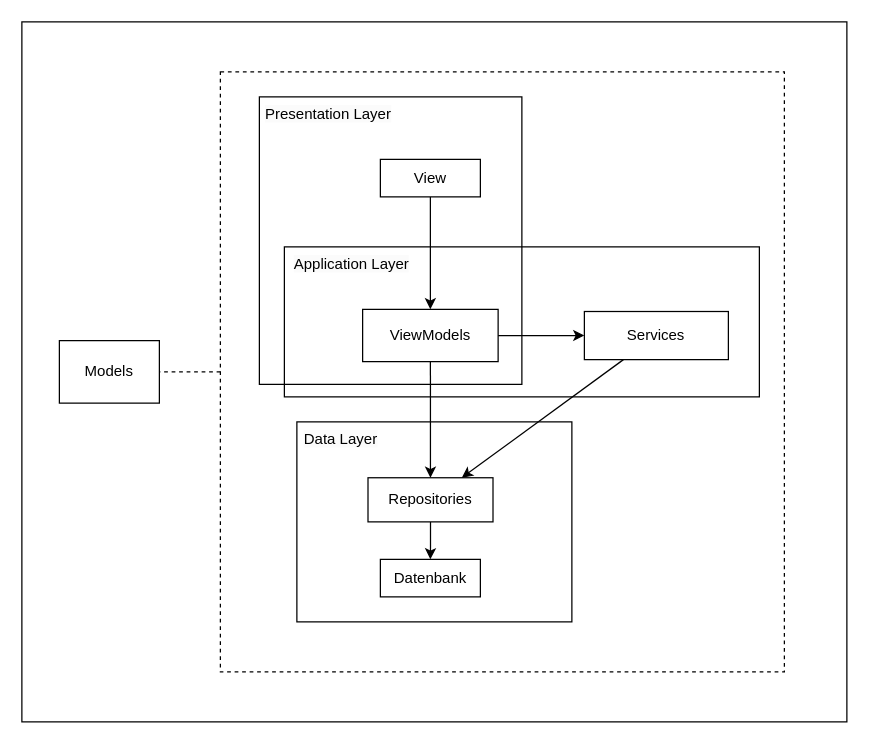
The draw.io diagram page "SoftwareArchitektur" (2 of 2) of 4_Entwurf/4_UML/4_UML_Klassendiagramme/Klassendiagramm_Feinentwurf.drawio in annikalenneper/praxisprojekt_mi_bachelor_SoSe24, before the edit. Source tidied: cells renumbered, new cells numbered last; positions are measured from the earlier drawing's top-left corner, leaving out a move shared by most shapes. Both pictures are drawn from the tidied source at 125%, with x=0, y=0 at pixel (21, 21).
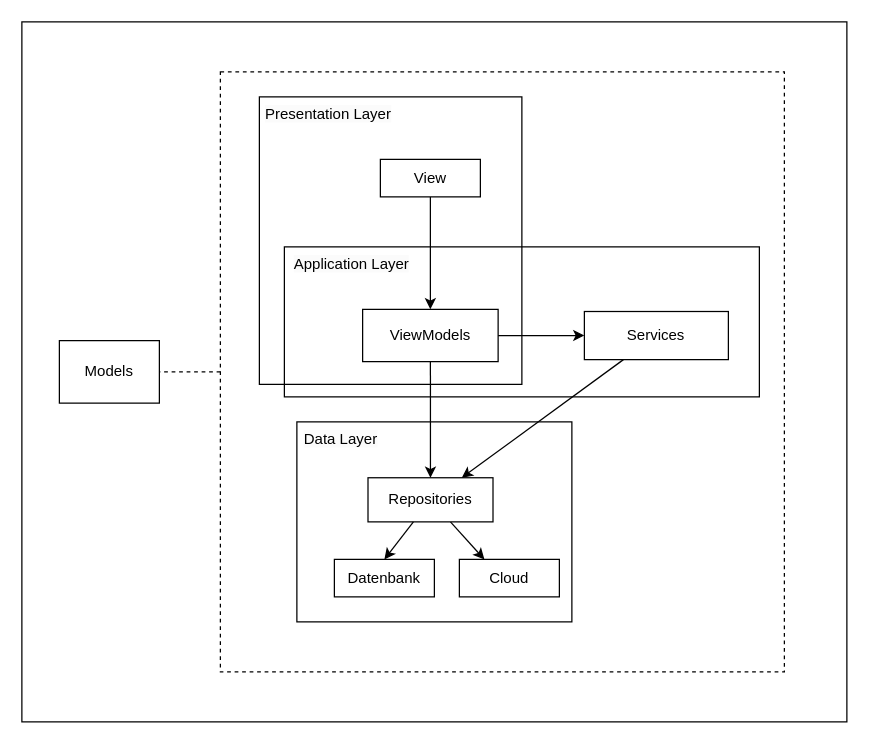
After the change.

Unchanged cells that the change refers to:
```xml
<mxCell id="16" style="group;" parent="2" vertex="1">
  <mxGeometry x="220" y="320" width="260" height="190" as="geometry" />
</mxCell>
<mxCell id="19" value="Repositories" style="whiteSpace=wrap;html=1;" parent="16" vertex="1">
  <mxGeometry x="56.9" y="44.7" width="100" height="35.3" as="geometry" />
</mxCell>
```

Change to the diagram source:
```diff
@@
+    <mxCell id="26" style="rounded=0;jettySize=auto;html=1;entryX=0.25;entryY=0;entryDx=0;entryDy=0;" parent="16" edge="1" source="19" target="27">
+      <mxGeometry relative="1" as="geometry" />
+    </mxCell>
@@
     <mxCell id="20" value="Datenbank" style="whiteSpace=wrap;html=1;" parent="16" vertex="1">
-      <mxGeometry x="66.8" y="110" width="80" height="30" as="geometry" />
+      <mxGeometry x="30" y="110" width="80" height="30" as="geometry" />
     </mxCell>
-    <mxCell id="21" style="edgeStyle=orthogonalEdgeStyle;rounded=0;jettySize=auto;html=1;entryX=0.5;entryY=0;entryDx=0;entryDy=0;" parent="16" edge="1" source="19" target="20">
+    <mxCell id="21" style="rounded=0;jettySize=auto;html=1;entryX=0.5;entryY=0;entryDx=0;entryDy=0;" parent="16" edge="1" source="19" target="20">
       <mxGeometry relative="1" as="geometry" />
     </mxCell>
+    <mxCell id="27" value="Cloud" style="whiteSpace=wrap;html=1;" parent="16" vertex="1">
+      <mxGeometry x="130" y="110" width="80" height="30" as="geometry" />
+    </mxCell>
```
